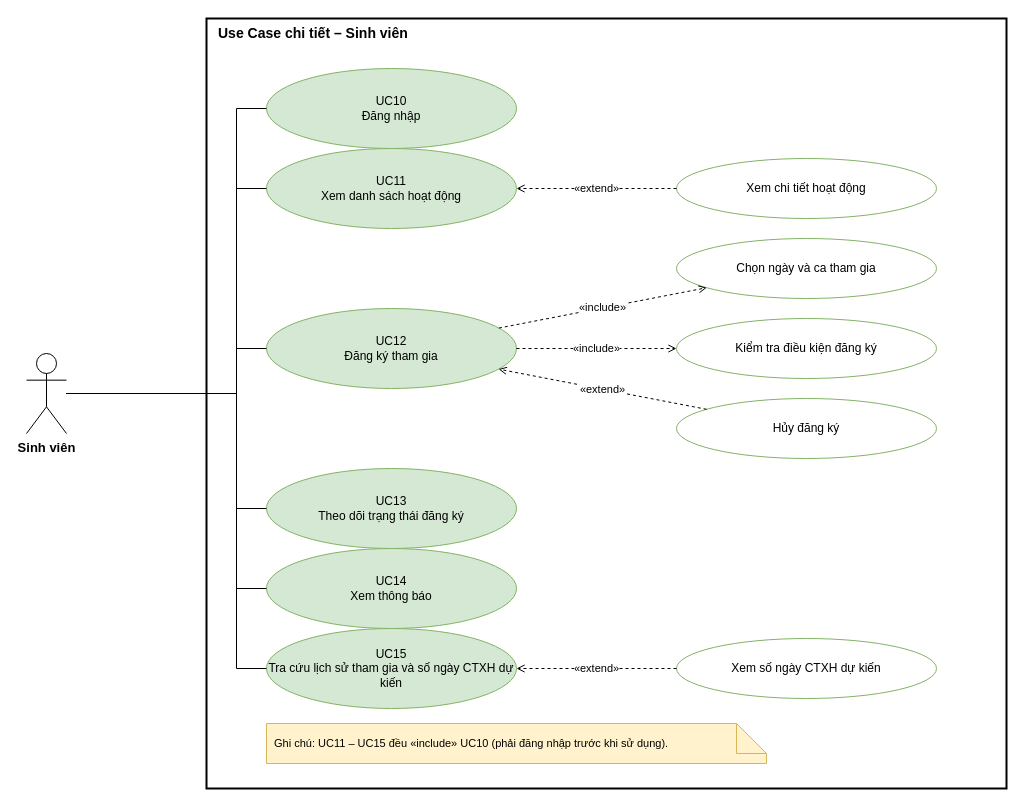
This is sododraw.io/UC_chi_tiet_3_sinh_vien.drawio from PhamPasPhuoc/BaoCao_ThucTapNgheNghiep, a draw.io file, before an edit. Source tidied: cells renumbered, new cells numbered last; positions are measured from the earlier drawing's top-left corner, leaving out a move shared by most shapes. Both pictures are drawn from the tidied source at 100%, with x=0, y=0 at pixel (26, 18).
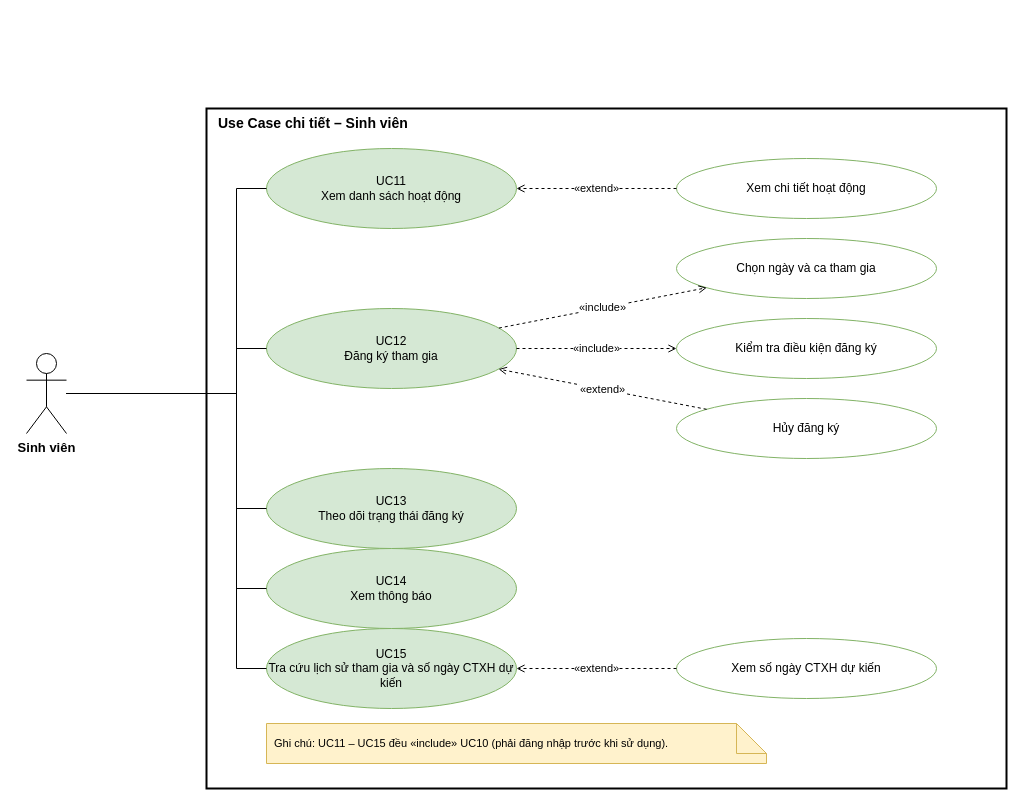
The same diagram, later.

The change refers to these unchanged cells:
```xml
<mxCell id="3" value="Sinh viên" style="shape=umlActor;verticalLabelPosition=bottom;verticalAlign=top;html=1;fontStyle=1;fontSize=13;" parent="1" vertex="1">
  <mxGeometry y="335" width="40" height="80" as="geometry" />
</mxCell>
```

Diff of the diagram source:
```diff
@@
     <mxCell id="2" value="Use Case chi tiết – Sinh viên" style="rounded=0;whiteSpace=wrap;html=1;fillColor=none;strokeWidth=2;verticalAlign=top;align=left;spacingLeft=10;fontStyle=1;fontSize=14;" parent="1" vertex="1">
-      <mxGeometry x="180" width="800" height="770" as="geometry" />
+      <mxGeometry x="180" y="90" width="800" height="680" as="geometry" />
     </mxCell>
@@
-    <mxCell id="4" value="UC10&#10;Đăng nhập" style="ellipse;whiteSpace=wrap;html=1;fillColor=#D5E8D4;strokeColor=#82B366;fontSize=12;" parent="1" vertex="1">
-      <mxGeometry x="240" y="50" width="250" height="80" as="geometry" />
-    </mxCell>
-    <mxCell id="5" style="edgeStyle=orthogonalEdgeStyle;rounded=0;html=1;endArrow=none;exitX=1;exitY=0.5;entryX=0;entryY=0.5;" parent="1" edge="1" source="3" target="4">
-      <mxGeometry relative="1" as="geometry">
-        <Array as="points">
-          <mxPoint x="210" y="90" />
-        </Array>
-      </mxGeometry>
-    </mxCell>
```
